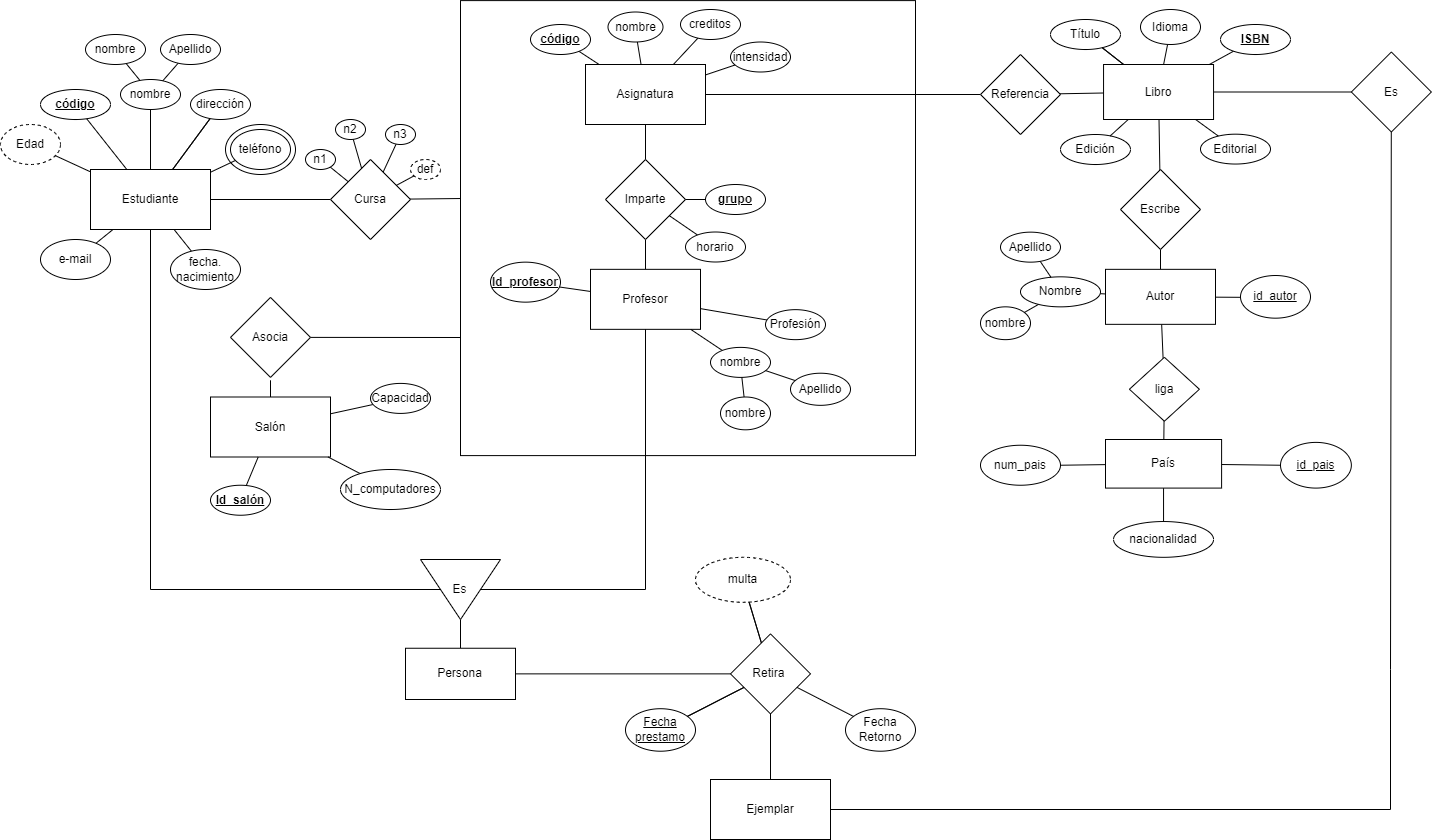
jesalazaro/ER-diagrams keeps this draw.io diagram as bibliotecaUniversidad.drawio.png. Above is the earlier version. Source tidied: cells renumbered, new cells last; positions are measured from the earlier drawing's top-left corner, leaving out a move shared by most shapes.
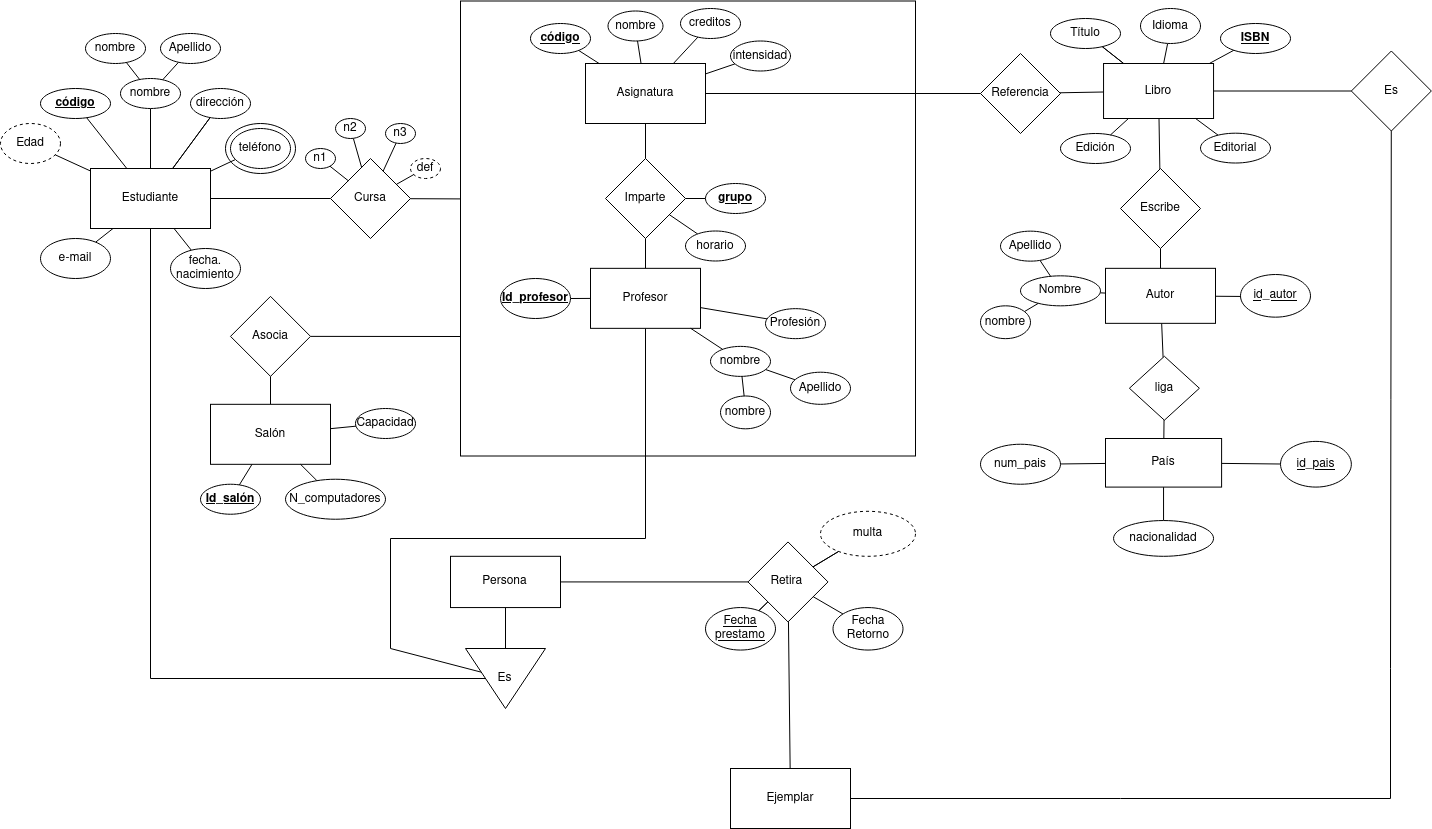
After the commit.

The edit, as a diff of the source:
```diff
@@ -6,7 +6,7 @@
       <mxGeometry x="225" y="124" width="70" height="50" as="geometry" />
     </mxCell>
     <mxCell id="3" style="whiteSpace=wrap;html=1;sketch=0;" parent="1" vertex="1">
-      <mxGeometry x="460" y="0.1" width="455" height="455" as="geometry" />
+      <mxGeometry x="460" y="1.5" width="455" height="455" as="geometry" />
     </mxCell>
     <mxCell id="4" style="edgeStyle=none;rounded=0;jettySize=auto;html=1;endArrow=none;endFill=0;" parent="1" edge="1" source="7" target="14">
       <mxGeometry relative="1" as="geometry" />
@@ -17,6 +17,13 @@
     <mxCell id="6" style="edgeStyle=none;rounded=0;jettySize=auto;html=1;endArrow=none;endFill=0;" parent="1" edge="1" source="7" target="8">
       <mxGeometry relative="1" as="geometry" />
     </mxCell>
+    <mxCell id="140" style="edgeStyle=none;rounded=0;jettySize=auto;html=1;endArrow=none;endFill=0;entryX=0.5;entryY=1;entryDx=0;entryDy=0;" parent="1" edge="1" source="7" target="138">
+      <mxGeometry relative="1" as="geometry">
+        <Array as="points">
+          <mxPoint x="150" y="679" />
+        </Array>
+      </mxGeometry>
+    </mxCell>
     <mxCell id="7" value="Estudiante" style="rounded=0;whiteSpace=wrap;html=1;" parent="1" vertex="1">
       <mxGeometry x="90" y="169" width="120" height="60" as="geometry" />
     </mxCell>
@@ -119,6 +126,15 @@
     <mxCell id="40" value="horario" style="ellipse;whiteSpace=wrap;html=1;sketch=0;" parent="1" vertex="1">
       <mxGeometry x="685" y="231.5" width="60" height="30" as="geometry" />
     </mxCell>
+    <mxCell id="141" style="edgeStyle=none;rounded=0;jettySize=auto;html=1;endArrow=none;endFill=0;" parent="1" edge="1" source="41" target="138">
+      <mxGeometry relative="1" as="geometry">
+        <Array as="points">
+          <mxPoint x="645" y="539" />
+          <mxPoint x="390" y="539" />
+          <mxPoint x="390" y="649" />
+        </Array>
+      </mxGeometry>
+    </mxCell>
     <mxCell id="41" value="Profesor" style="rounded=0;whiteSpace=wrap;html=1;sketch=0;" parent="1" vertex="1">
       <mxGeometry x="590" y="268.8" width="110" height="60" as="geometry" />
     </mxCell>
@@ -138,16 +154,11 @@
       <mxGeometry relative="1" as="geometry" />
     </mxCell>
     <mxCell id="47" value="&lt;b&gt;&lt;u&gt;Id_profesor&lt;/u&gt;&lt;/b&gt;" style="ellipse;whiteSpace=wrap;html=1;sketch=0;" parent="1" vertex="1">
-      <mxGeometry x="490" y="261.6" width="70" height="40" as="geometry" />
+      <mxGeometry x="500" y="279" width="70" height="40" as="geometry" />
     </mxCell>
     <mxCell id="48" style="edgeStyle=none;rounded=0;orthogonalLoop=1;jettySize=auto;html=1;exitX=0.5;exitY=1;exitDx=0;exitDy=0;endArrow=none;endFill=0;" parent="1" edge="1" source="32" target="32">
       <mxGeometry relative="1" as="geometry" />
     </mxCell>
-    <mxCell id="49" style="edgeStyle=none;rounded=0;jettySize=auto;html=1;endArrow=none;endFill=0;" parent="1" edge="1" target="52">
-      <mxGeometry relative="1" as="geometry">
-        <mxPoint x="270" y="379.8" as="sourcePoint" />
-      </mxGeometry>
-    </mxCell>
     <mxCell id="50" style="edgeStyle=none;rounded=0;jettySize=auto;html=1;exitX=1;exitY=0.5;exitDx=0;exitDy=0;endArrow=none;endFill=0;" parent="1" edge="1" source="51">
       <mxGeometry relative="1" as="geometry">
         <mxPoint x="460" y="337" as="targetPoint" />
@@ -156,26 +167,29 @@
     <mxCell id="51" value="Asocia" style="rhombus;whiteSpace=wrap;html=1;sketch=0;" parent="1" vertex="1">
       <mxGeometry x="230" y="296.9" width="80" height="80" as="geometry" />
     </mxCell>
+    <mxCell id="142" style="edgeStyle=none;rounded=0;jettySize=auto;html=1;endArrow=none;endFill=0;" parent="1" edge="1" source="52" target="51">
+      <mxGeometry relative="1" as="geometry" />
+    </mxCell>
     <mxCell id="52" value="Salón" style="whiteSpace=wrap;html=1;sketch=0;" parent="1" vertex="1">
-      <mxGeometry x="210" y="396.5" width="120" height="60" as="geometry" />
+      <mxGeometry x="210" y="404.8" width="120" height="60" as="geometry" />
     </mxCell>
     <mxCell id="53" style="edgeStyle=none;rounded=0;jettySize=auto;html=1;endArrow=none;endFill=0;" parent="1" edge="1" source="54" target="52">
       <mxGeometry relative="1" as="geometry" />
     </mxCell>
     <mxCell id="54" value="&lt;b&gt;&lt;u&gt;Id_salón&lt;/u&gt;&lt;/b&gt;" style="ellipse;whiteSpace=wrap;html=1;sketch=0;" parent="1" vertex="1">
-      <mxGeometry x="210" y="484.7" width="60" height="30" as="geometry" />
+      <mxGeometry x="200" y="484.7" width="60" height="30" as="geometry" />
     </mxCell>
     <mxCell id="55" style="edgeStyle=none;rounded=0;jettySize=auto;html=1;endArrow=none;endFill=0;" parent="1" edge="1" source="56" target="52">
       <mxGeometry relative="1" as="geometry" />
     </mxCell>
     <mxCell id="56" value="Capacidad" style="ellipse;whiteSpace=wrap;html=1;sketch=0;" parent="1" vertex="1">
-      <mxGeometry x="370" y="382.9" width="60" height="30" as="geometry" />
+      <mxGeometry x="355" y="409" width="60" height="30" as="geometry" />
     </mxCell>
     <mxCell id="57" style="edgeStyle=none;rounded=0;jettySize=auto;html=1;endArrow=none;endFill=0;" parent="1" edge="1" source="58" target="52">
       <mxGeometry relative="1" as="geometry" />
     </mxCell>
     <mxCell id="58" value="N_computadores" style="ellipse;whiteSpace=wrap;html=1;sketch=0;" parent="1" vertex="1">
-      <mxGeometry x="340" y="469" width="100" height="40" as="geometry" />
+      <mxGeometry x="285" y="479.7" width="100" height="40" as="geometry" />
     </mxCell>
     <mxCell id="59" style="edgeStyle=none;rounded=0;jettySize=auto;html=1;endArrow=none;endFill=0;" parent="1" edge="1" source="60" target="79">
       <mxGeometry relative="1" as="geometry" />
@@ -291,26 +305,23 @@
     <mxCell id="93" style="edgeStyle=none;rounded=0;jettySize=auto;html=1;endArrow=none;endFill=0;" parent="1" edge="1" source="96" target="98">
       <mxGeometry relative="1" as="geometry" />
     </mxCell>
-    <mxCell id="94" style="edgeStyle=none;rounded=0;jettySize=auto;html=1;endArrow=none;endFill=0;" parent="1" edge="1" source="96" target="139">
-      <mxGeometry relative="1" as="geometry" />
-    </mxCell>
     <mxCell id="95" style="edgeStyle=none;rounded=0;jettySize=auto;html=1;endArrow=none;endFill=0;" parent="1" edge="1" source="96" target="132">
       <mxGeometry relative="1" as="geometry" />
     </mxCell>
     <mxCell id="96" value="Retira&amp;nbsp;&lt;br&gt;" style="rhombus;whiteSpace=wrap;html=1;sketch=0;" parent="1" vertex="1">
-      <mxGeometry x="730" y="633.4" width="80" height="80" as="geometry" />
+      <mxGeometry x="747.5" y="542.4" width="80" height="80" as="geometry" />
     </mxCell>
     <mxCell id="97" style="edgeStyle=none;rounded=0;jettySize=auto;html=1;endArrow=none;endFill=0;" parent="1" edge="1" source="98" target="96">
       <mxGeometry relative="1" as="geometry" />
     </mxCell>
     <mxCell id="98" value="&lt;u&gt;Fecha prestamo&lt;/u&gt;" style="ellipse;whiteSpace=wrap;html=1;sketch=0;" parent="1" vertex="1">
-      <mxGeometry x="625" y="708.2" width="70" height="42.5" as="geometry" />
+      <mxGeometry x="705" y="608.1" width="70" height="42.5" as="geometry" />
     </mxCell>
     <mxCell id="99" style="edgeStyle=none;rounded=0;jettySize=auto;html=1;endArrow=none;endFill=0;" parent="1" edge="1" source="100" target="96">
       <mxGeometry relative="1" as="geometry" />
     </mxCell>
     <mxCell id="100" value="Fecha Retorno" style="ellipse;whiteSpace=wrap;html=1;sketch=0;" parent="1" vertex="1">
-      <mxGeometry x="845" y="708.2" width="70" height="42.5" as="geometry" />
+      <mxGeometry x="832.5" y="608.1" width="70" height="42.5" as="geometry" />
     </mxCell>
     <mxCell id="101" value="nombre" style="ellipse;whiteSpace=wrap;html=1;sketch=0;" parent="1" vertex="1">
       <mxGeometry x="85" y="34" width="60" height="30" as="geometry" />
@@ -337,7 +348,7 @@
       <mxGeometry relative="1" as="geometry" />
     </mxCell>
     <mxCell id="109" value="multa" style="ellipse;whiteSpace=wrap;html=1;sketch=0;dashed=1;" parent="1" vertex="1">
-      <mxGeometry x="695" y="556.8" width="95" height="45" as="geometry" />
+      <mxGeometry x="820" y="511.8" width="95" height="45" as="geometry" />
     </mxCell>
     <mxCell id="110" style="edgeStyle=none;rounded=0;jettySize=auto;html=1;endArrow=none;endFill=0;" parent="1" edge="1" source="111" target="79">
       <mxGeometry relative="1" as="geometry" />
@@ -412,41 +423,30 @@
       <mxGeometry x="980" y="444.7" width="80" height="40" as="geometry" />
     </mxCell>
     <mxCell id="132" value="Ejemplar" style="whiteSpace=wrap;html=1;sketch=0;rounded=0;" parent="1" vertex="1">
-      <mxGeometry x="710" y="779" width="120" height="60" as="geometry" />
+      <mxGeometry x="730" y="769" width="120" height="60" as="geometry" />
     </mxCell>
     <mxCell id="133" style="edgeStyle=none;rounded=0;jettySize=auto;html=1;endArrow=none;endFill=0;" parent="1" edge="1" source="134" target="132">
       <mxGeometry relative="1" as="geometry">
         <Array as="points">
           <mxPoint x="1390" y="669" />
-          <mxPoint x="1390" y="809" />
+          <mxPoint x="1390" y="799" />
         </Array>
       </mxGeometry>
     </mxCell>
     <mxCell id="134" value="Es" style="rhombus;whiteSpace=wrap;html=1;sketch=0;" parent="1" vertex="1">
       <mxGeometry x="1350.8" y="51.5" width="80" height="80" as="geometry" />
     </mxCell>
-    <mxCell id="135" style="edgeStyle=none;rounded=0;jettySize=auto;html=1;endArrow=none;endFill=0;" parent="1" edge="1" source="138" target="7">
-      <mxGeometry relative="1" as="geometry">
-        <Array as="points">
-          <mxPoint x="150" y="589" />
-        </Array>
-      </mxGeometry>
-    </mxCell>
-    <mxCell id="136" style="edgeStyle=none;rounded=0;jettySize=auto;html=1;endArrow=none;endFill=0;" parent="1" edge="1" source="138" target="41">
-      <mxGeometry relative="1" as="geometry">
-        <Array as="points">
-          <mxPoint x="645" y="589" />
-        </Array>
-      </mxGeometry>
-    </mxCell>
     <mxCell id="137" style="edgeStyle=none;rounded=0;jettySize=auto;html=1;endArrow=none;endFill=0;" parent="1" edge="1" source="138" target="139">
       <mxGeometry relative="1" as="geometry" />
     </mxCell>
     <mxCell id="138" value="Es" style="triangle;whiteSpace=wrap;rounded=0;rotation=90;gradientColor=none;align=center;verticalAlign=middle;labelPosition=center;verticalLabelPosition=middle;html=1;spacingLeft=-1;horizontal=0;" parent="1" vertex="1">
-      <mxGeometry x="430" y="549" width="60" height="80" as="geometry" />
+      <mxGeometry x="475" y="639" width="60" height="80" as="geometry" />
     </mxCell>
+    <mxCell id="143" style="edgeStyle=none;rounded=0;jettySize=auto;html=1;endArrow=none;endFill=0;" parent="1" edge="1" source="139" target="96">
+      <mxGeometry relative="1" as="geometry" />
+    </mxCell>
     <mxCell id="139" value="Persona" style="whiteSpace=wrap;html=1;rounded=0;gradientColor=none;spacingLeft=-1;" parent="1" vertex="1">
-      <mxGeometry x="405" y="647.8" width="110" height="51.2" as="geometry" />
+      <mxGeometry x="450" y="556.8" width="110" height="51.2" as="geometry" />
     </mxCell>
   </root>
 </mxGraphModel>
```
